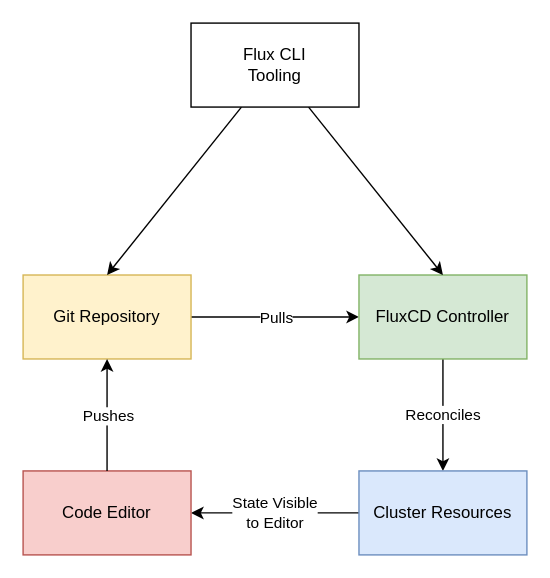
The draw.io diagram docs/gitops-bootstrap.drawio.svg in danielloader/kubernetes-sdlc, before a commit. Source tidied: cells renumbered, new cells last; positions are measured from the earlier drawing's top-left corner, leaving out a move shared by most shapes.
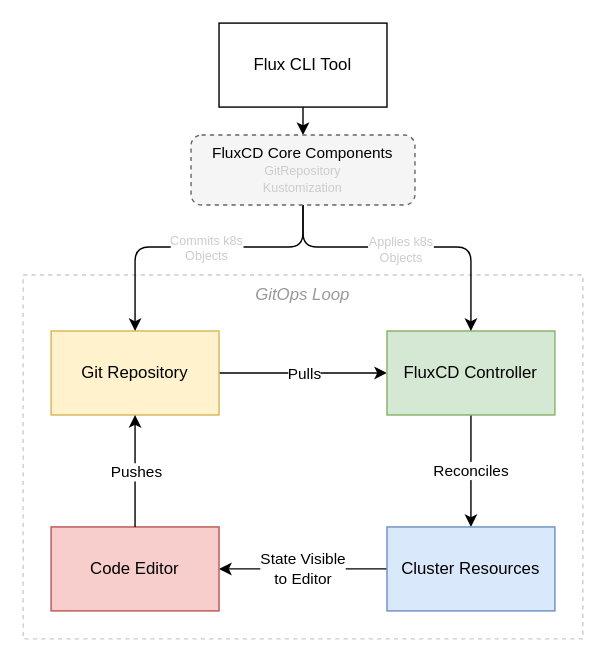
Above is the later version.

Change to the diagram source:
```diff
@@ -2,6 +2,9 @@
   <root>
     <mxCell id="0" />
     <mxCell id="1" parent="0" />
+    <mxCell id="16" value="GitOps Loop" style="rounded=0;whiteSpace=wrap;html=1;verticalAlign=top;fontStyle=2;fillColor=none;fontColor=#999999;strokeColor=#CCCCCC;dashed=1;" parent="1" vertex="1">
+      <mxGeometry x="-20" y="140" width="400" height="260" as="geometry" />
+    </mxCell>
     <mxCell id="2" style="edgeStyle=none;html=1;" parent="1" edge="1" source="5" target="7">
       <mxGeometry relative="1" as="geometry" />
     </mxCell>
@@ -41,14 +44,38 @@
         <mxPoint x="-3" y="15" as="offset" />
       </mxGeometry>
     </mxCell>
-    <mxCell id="13" style="edgeStyle=none;html=1;entryX=0.5;entryY=0;entryDx=0;entryDy=0;" parent="1" edge="1" source="15" target="5">
-      <mxGeometry relative="1" as="geometry" />
-    </mxCell>
-    <mxCell id="14" style="edgeStyle=none;html=1;entryX=0.5;entryY=0;entryDx=0;entryDy=0;" parent="1" edge="1" source="15" target="7">
-      <mxGeometry relative="1" as="geometry" />
-    </mxCell>
+    <mxCell id="17" style="edgeStyle=none;html=1;fontSize=10;fontColor=#CCCCCC;" parent="1" edge="1" source="15" target="22">
+      <mxGeometry relative="1" as="geometry" />
+    </mxCell>
-    <mxCell id="15" value="Flux CLI&lt;br&gt;Tooling" style="rounded=0;whiteSpace=wrap;html=1;" parent="1" vertex="1">
-      <mxGeometry x="120" width="120" height="60" as="geometry" />
+    <mxCell id="15" value="&lt;a href=&quot;https://fluxcd.io/flux/cmd/&quot;&gt;Flux CLI Tool&lt;/a&gt;" style="rounded=0;whiteSpace=wrap;html=1;" parent="1" vertex="1">
+      <mxGeometry x="120" y="-40" width="120" height="60" as="geometry" />
     </mxCell>
+    <mxCell id="18" style="edgeStyle=orthogonalEdgeStyle;html=1;entryX=0.5;entryY=0;entryDx=0;entryDy=0;fontSize=10;fontColor=#CCCCCC;" parent="1" edge="1" source="22" target="5">
+      <mxGeometry relative="1" as="geometry">
+        <Array as="points">
+          <mxPoint x="180" y="120" />
+          <mxPoint x="60" y="120" />
+        </Array>
+      </mxGeometry>
+    </mxCell>
+    <mxCell id="19" value="Commits k8s&lt;br style=&quot;font-size: 9px;&quot;&gt;Objects" style="edgeLabel;html=1;align=center;verticalAlign=middle;fontSize=9;fontColor=#CCCCCC;" parent="18" vertex="1">
+      <mxGeometry x="0.07" y="-3" relative="1" as="geometry">
+        <mxPoint x="12" y="3" as="offset" />
+      </mxGeometry>
+    </mxCell>
+    <mxCell id="20" style="edgeStyle=orthogonalEdgeStyle;html=1;fontSize=10;fontColor=#CCCCCC;" parent="1" edge="1" source="22" target="7">
+      <mxGeometry relative="1" as="geometry">
+        <Array as="points">
+          <mxPoint x="180" y="120" />
+          <mxPoint x="300" y="120" />
+        </Array>
+      </mxGeometry>
+    </mxCell>
+    <mxCell id="21" value="Applies k8s&lt;br style=&quot;font-size: 9px;&quot;&gt;Objects" style="edgeLabel;html=1;align=center;verticalAlign=middle;fontSize=9;fontColor=#CCCCCC;" parent="20" vertex="1">
+      <mxGeometry x="-0.05" y="-1" relative="1" as="geometry" />
+    </mxCell>
+    <mxCell id="22" value="&lt;span style=&quot;color: rgb(0, 0, 0); font-family: Helvetica; font-size: 11px; font-style: normal; font-variant-ligatures: normal; font-variant-caps: normal; font-weight: 400; letter-spacing: normal; orphans: 2; text-indent: 0px; text-transform: none; widows: 2; word-spacing: 0px; -webkit-text-stroke-width: 0px; text-decoration-thickness: initial; text-decoration-style: initial; text-decoration-color: initial; float: none; display: inline !important;&quot;&gt;FluxCD Core Components&lt;/span&gt;&lt;br style=&quot;border-color: var(--border-color); color: rgb(0, 0, 0); font-family: Helvetica; font-size: 11px; font-style: normal; font-variant-ligatures: normal; font-variant-caps: normal; font-weight: 400; letter-spacing: normal; orphans: 2; text-indent: 0px; text-transform: none; widows: 2; word-spacing: 0px; -webkit-text-stroke-width: 0px; text-decoration-thickness: initial; text-decoration-style: initial; text-decoration-color: initial;&quot;&gt;&lt;font style=&quot;border-color: var(--border-color); font-family: Helvetica; font-style: normal; font-variant-ligatures: normal; font-variant-caps: normal; font-weight: 400; letter-spacing: normal; orphans: 2; text-indent: 0px; text-transform: none; widows: 2; word-spacing: 0px; -webkit-text-stroke-width: 0px; text-decoration-thickness: initial; text-decoration-style: initial; text-decoration-color: initial; font-size: 9px;&quot; color=&quot;#cccccc&quot;&gt;&lt;font color=&quot;#cccccc&quot;&gt;&lt;a href=&quot;https://fluxcd.io/flux/components/source/gitrepositories/&quot;&gt;GitRepository&lt;/a&gt;&lt;br style=&quot;border-color: var(--border-color);&quot;&gt;&lt;/font&gt;&lt;a href=&quot;https://fluxcd.io/flux/components/kustomize/kustomization/&quot;&gt;Kustomization&lt;/a&gt;&lt;/font&gt;" style="text;whiteSpace=wrap;html=1;fontSize=10;fontColor=#333333;align=center;strokeColor=#666666;dashed=1;fillColor=#f5f5f5;rounded=1;" parent="1" vertex="1">
+      <mxGeometry x="100" y="40" width="160" height="50" as="geometry" />
+    </mxCell>
   </root>
 </mxGraphModel>
```
